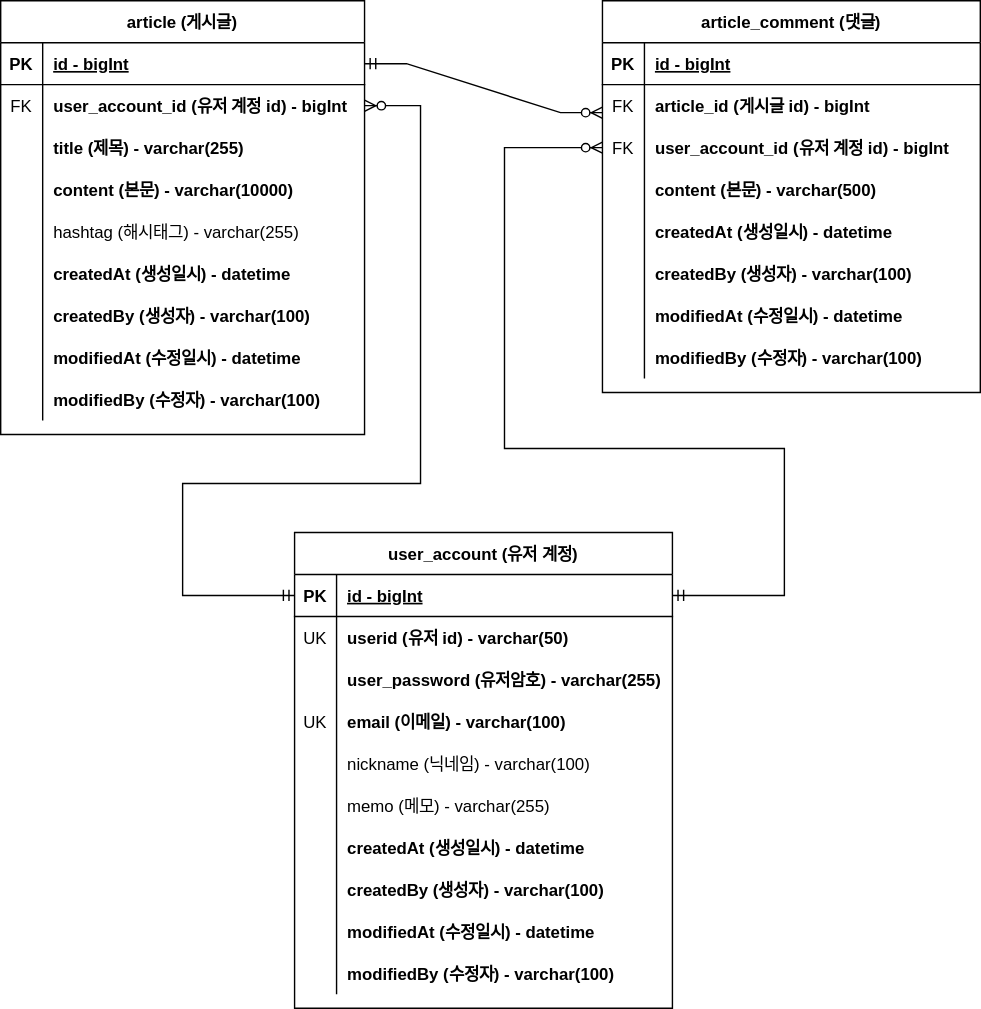
This is document/project-board-erd.drawio.svg from ellaCoo/project-board-fc, a draw.io export, as it was before one commit. Source tidied: cells renumbered, new cells last; positions are measured from the earlier drawing's top-left corner, leaving out a move shared by most shapes.
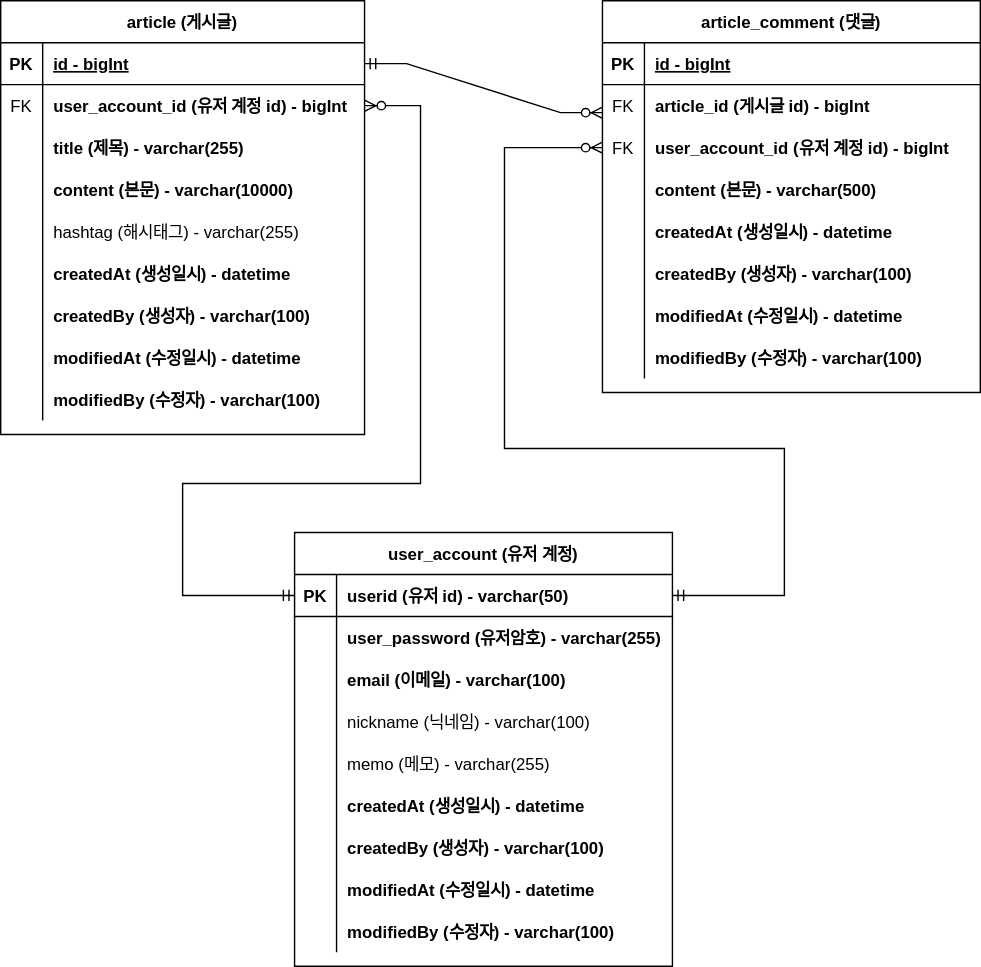
After the commit.

Commit message:
#43 -  ERD 문서 수정: 회원 계정 user_id 를 PK 로 변경

The edit, as a diff of the source:
```diff
@@ -171,7 +171,7 @@
       </mxGeometry>
     </mxCell>
     <mxCell id="56" value="user_account (유저 계정)" style="shape=table;startSize=30;rowLines=0;fontStyle=1;align=center;" parent="1" vertex="1">
-      <mxGeometry x="210" y="380" width="270" height="340" as="geometry" />
+      <mxGeometry x="210" y="380" width="270" height="310" as="geometry" />
     </mxCell>
     <mxCell id="57" style="shape=partialRectangle;fillColor=none;points=[[0,0.5],[1,0.5]];portConstraint=eastwest;top=0;left=0;right=0;bottom=1;" parent="56" vertex="1">
       <mxGeometry y="30" width="270" height="30" as="geometry" />
@@ -179,20 +179,11 @@
     <mxCell id="58" value="PK" style="shape=partialRectangle;overflow=hidden;fillColor=none;top=0;left=0;bottom=0;right=0;fontStyle=1;" parent="57" vertex="1">
       <mxGeometry width="30" height="30" as="geometry" />
     </mxCell>
-    <mxCell id="59" value="id - bigInt" style="shape=partialRectangle;overflow=hidden;fillColor=none;top=0;left=0;bottom=0;right=0;align=left;spacingLeft=6;fontStyle=5;" parent="57" vertex="1">
+    <mxCell id="59" style="shape=partialRectangle;overflow=hidden;fillColor=none;top=0;left=0;bottom=0;right=0;align=left;spacingLeft=6;fontStyle=5;" parent="57" vertex="1">
       <mxGeometry x="30" width="240" height="30" as="geometry" />
     </mxCell>
-    <mxCell id="60" style="shape=partialRectangle;fillColor=none;top=0;left=0;right=0;bottom=0;" parent="56" vertex="1">
-      <mxGeometry y="60" width="270" height="30" as="geometry" />
-    </mxCell>
-    <mxCell id="61" value="UK" style="shape=partialRectangle;overflow=hidden;fillColor=none;top=0;left=0;bottom=0;right=0;" parent="60" vertex="1">
-      <mxGeometry width="30" height="30" as="geometry" />
-    </mxCell>
-    <mxCell id="62" value="userid (유저 id) - varchar(50)" style="shape=partialRectangle;overflow=hidden;fillColor=none;top=0;left=0;bottom=0;right=0;align=left;spacingLeft=6;fontStyle=1;" parent="60" vertex="1">
-      <mxGeometry x="30" width="240" height="30" as="geometry" />
-    </mxCell>
     <mxCell id="63" style="shape=partialRectangle;fillColor=none;top=0;left=0;right=0;bottom=0;" parent="56" vertex="1">
-      <mxGeometry y="90" width="270" height="30" as="geometry" />
+      <mxGeometry y="60" width="270" height="30" as="geometry" />
     </mxCell>
     <mxCell id="64" style="shape=partialRectangle;overflow=hidden;fillColor=none;top=0;left=0;bottom=0;right=0;" parent="63" vertex="1">
       <mxGeometry width="30" height="30" as="geometry" />
@@ -201,16 +192,16 @@
       <mxGeometry x="30" width="240" height="30" as="geometry" />
     </mxCell>
     <mxCell id="66" style="shape=partialRectangle;fillColor=none;top=0;left=0;right=0;bottom=0;" parent="56" vertex="1">
-      <mxGeometry y="120" width="270" height="30" as="geometry" />
+      <mxGeometry y="90" width="270" height="30" as="geometry" />
     </mxCell>
-    <mxCell id="67" value="UK" style="shape=partialRectangle;overflow=hidden;fillColor=none;top=0;left=0;bottom=0;right=0;" parent="66" vertex="1">
+    <mxCell id="67" style="shape=partialRectangle;overflow=hidden;fillColor=none;top=0;left=0;bottom=0;right=0;" parent="66" vertex="1">
       <mxGeometry width="30" height="30" as="geometry" />
     </mxCell>
     <mxCell id="68" value="email (이메일) - varchar(100)" style="shape=partialRectangle;overflow=hidden;fillColor=none;top=0;left=0;bottom=0;right=0;align=left;spacingLeft=6;fontStyle=1;" parent="66" vertex="1">
       <mxGeometry x="30" width="240" height="30" as="geometry" />
     </mxCell>
     <mxCell id="69" style="shape=partialRectangle;fillColor=none;top=0;left=0;right=0;bottom=0;" parent="56" vertex="1">
-      <mxGeometry y="150" width="270" height="30" as="geometry" />
+      <mxGeometry y="120" width="270" height="30" as="geometry" />
     </mxCell>
     <mxCell id="70" style="shape=partialRectangle;overflow=hidden;fillColor=none;top=0;left=0;bottom=0;right=0;" parent="69" vertex="1">
       <mxGeometry width="30" height="30" as="geometry" />
@@ -219,7 +210,7 @@
       <mxGeometry x="30" width="240" height="30" as="geometry" />
     </mxCell>
     <mxCell id="72" style="shape=partialRectangle;fillColor=none;top=0;left=0;right=0;bottom=0;" parent="56" vertex="1">
-      <mxGeometry y="180" width="270" height="30" as="geometry" />
+      <mxGeometry y="150" width="270" height="30" as="geometry" />
     </mxCell>
     <mxCell id="73" style="shape=partialRectangle;overflow=hidden;fillColor=none;top=0;left=0;bottom=0;right=0;" parent="72" vertex="1">
       <mxGeometry width="30" height="30" as="geometry" />
@@ -228,7 +219,7 @@
       <mxGeometry x="30" width="240" height="30" as="geometry" />
     </mxCell>
     <mxCell id="75" style="shape=partialRectangle;fillColor=none;top=0;left=0;right=0;bottom=0;" parent="56" vertex="1">
-      <mxGeometry y="210" width="270" height="30" as="geometry" />
+      <mxGeometry y="180" width="270" height="30" as="geometry" />
     </mxCell>
     <mxCell id="76" style="shape=partialRectangle;overflow=hidden;fillColor=none;top=0;left=0;bottom=0;right=0;" parent="75" vertex="1">
       <mxGeometry width="30" height="30" as="geometry" />
@@ -237,7 +228,7 @@
       <mxGeometry x="30" width="240" height="30" as="geometry" />
     </mxCell>
     <mxCell id="78" style="shape=partialRectangle;fillColor=none;top=0;left=0;right=0;bottom=0;" parent="56" vertex="1">
-      <mxGeometry y="240" width="270" height="30" as="geometry" />
+      <mxGeometry y="210" width="270" height="30" as="geometry" />
     </mxCell>
     <mxCell id="79" value="    " style="shape=partialRectangle;overflow=hidden;fillColor=none;top=0;left=0;bottom=0;right=0;" parent="78" vertex="1">
       <mxGeometry width="30" height="30" as="geometry" />
@@ -246,7 +237,7 @@
       <mxGeometry x="30" width="240" height="30" as="geometry" />
     </mxCell>
     <mxCell id="81" style="shape=partialRectangle;fillColor=none;top=0;left=0;right=0;bottom=0;" parent="56" vertex="1">
-      <mxGeometry y="270" width="270" height="30" as="geometry" />
+      <mxGeometry y="240" width="270" height="30" as="geometry" />
     </mxCell>
     <mxCell id="82" value="    " style="shape=partialRectangle;overflow=hidden;fillColor=none;top=0;left=0;bottom=0;right=0;" parent="81" vertex="1">
       <mxGeometry width="30" height="30" as="geometry" />
@@ -255,7 +246,7 @@
       <mxGeometry x="30" width="240" height="30" as="geometry" />
     </mxCell>
     <mxCell id="84" style="shape=partialRectangle;fillColor=none;top=0;left=0;right=0;bottom=0;" parent="56" vertex="1">
-      <mxGeometry y="300" width="270" height="30" as="geometry" />
+      <mxGeometry y="270" width="270" height="30" as="geometry" />
     </mxCell>
     <mxCell id="85" value="    " style="shape=partialRectangle;overflow=hidden;fillColor=none;top=0;left=0;bottom=0;right=0;" parent="84" vertex="1">
       <mxGeometry width="30" height="30" as="geometry" />
@@ -283,5 +274,8 @@
         </Array>
       </mxGeometry>
     </mxCell>
+    <mxCell id="62" value="userid (유저 id) - varchar(50)" style="shape=partialRectangle;overflow=hidden;fillColor=none;top=0;left=0;bottom=0;right=0;align=left;spacingLeft=6;fontStyle=1;" parent="1" vertex="1">
+      <mxGeometry x="240" y="410" width="240" height="30" as="geometry" />
+    </mxCell>
   </root>
 </mxGraphModel>
```
